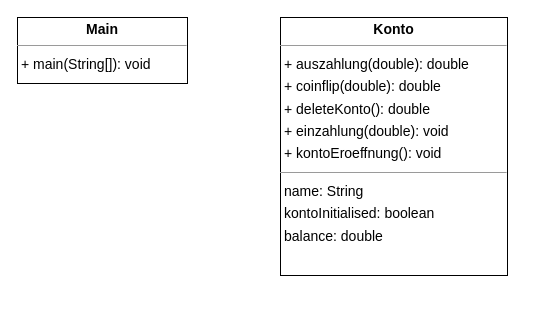
This is src/Aufgaben/objektorientierung/a30_banking/Konto.drawio from xZeroHero/Java_Learning_Start, a draw.io file, before an edit. Source tidied: cells renumbered, new cells numbered last; positions are measured from the earlier drawing's top-left corner, leaving out a move shared by most shapes. Both pictures are drawn from the tidied source at 100%, with x=0, y=0 at pixel (17, 17).
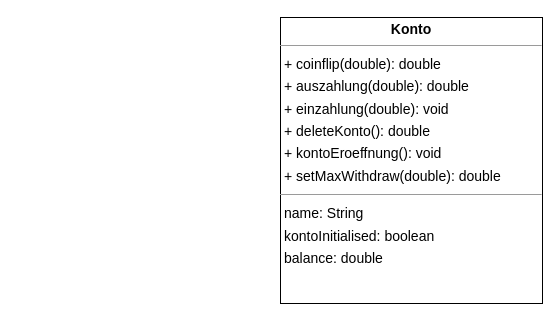
Above is the later version.

The edit, as a diff of the source:
```diff
@@
 <mxGraphModel>
   <root>
     <mxCell id="0" />
     <mxCell id="1" parent="0" />
-    <mxCell id="2" value="&lt;p style=&quot;margin:0px;margin-top:4px;text-align:center;&quot;&gt;&lt;b&gt;Konto&lt;/b&gt;&lt;/p&gt;&lt;hr size=&quot;1&quot;/&gt;&lt;p style=&quot;margin:0 0 0 4px;line-height:1.6;&quot;&gt;+ auszahlung(double): double&lt;br/&gt;+ coinflip(double): double&lt;br/&gt;+ deleteKonto(): double&lt;br/&gt;+ einzahlung(double): void&lt;br/&gt;+ kontoEroeffnung(): void&lt;/p&gt;&lt;hr size=&quot;1&quot;/&gt;&lt;p style=&quot;margin:0 0 0 4px;line-height:1.6;&quot;&gt; name: String&lt;br/&gt; kontoInitialised: boolean&lt;br/&gt; balance: double&lt;/p&gt;" style="verticalAlign=top;align=left;overflow=fill;fontSize=14;fontFamily=Helvetica;html=1;rounded=0;shadow=0;comic=0;labelBackgroundColor=none;strokeWidth=1;" parent="1" vertex="1">
-      <mxGeometry x="263" width="227" height="258" as="geometry" />
+    <mxCell id="2" value="&lt;p style=&quot;margin:0px;margin-top:4px;text-align:center;&quot;&gt;&lt;b&gt;Konto&lt;/b&gt;&lt;/p&gt;&lt;hr size=&quot;1&quot;/&gt;&lt;p style=&quot;margin:0 0 0 4px;line-height:1.6;&quot;&gt;+ coinflip(double): double&lt;br/&gt;+ auszahlung(double): double&lt;br/&gt;+ einzahlung(double): void&lt;br/&gt;+ deleteKonto(): double&lt;br/&gt;+ kontoEroeffnung(): void&lt;br/&gt;+ setMaxWithdraw(double): double&lt;/p&gt;&lt;hr size=&quot;1&quot;/&gt;&lt;p style=&quot;margin:0 0 0 4px;line-height:1.6;&quot;&gt; name: String&lt;br/&gt; kontoInitialised: boolean&lt;br/&gt; balance: double&lt;/p&gt;" style="verticalAlign=top;align=left;overflow=fill;fontSize=14;fontFamily=Helvetica;html=1;rounded=0;shadow=0;comic=0;labelBackgroundColor=none;strokeWidth=1;" parent="1" vertex="1">
+      <mxGeometry x="263" width="262" height="286" as="geometry" />
     </mxCell>
-    <mxCell id="3" value="&lt;p style=&quot;margin:0px;margin-top:4px;text-align:center;&quot;&gt;&lt;b&gt;Main&lt;/b&gt;&lt;/p&gt;&lt;hr size=&quot;1&quot;/&gt;&lt;p style=&quot;margin:0 0 0 4px;line-height:1.6;&quot;&gt;+ main(String[]): void&lt;/p&gt;" style="verticalAlign=top;align=left;overflow=fill;fontSize=14;fontFamily=Helvetica;html=1;rounded=0;shadow=0;comic=0;labelBackgroundColor=none;strokeWidth=1;" parent="1" vertex="1">
-      <mxGeometry width="170" height="66" as="geometry" />
-    </mxCell>
   </root>
 </mxGraphModel>
```
